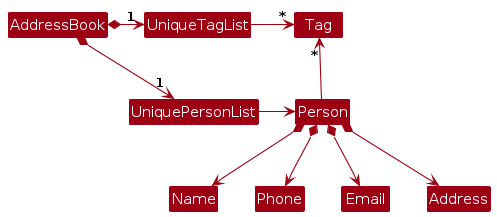
This is diagrams/BetterModelClassDiagram.png from AY2627S1-CS2103T-F12-2/tp, a PlantUML export, as it was before one commit. Its source is kept beside it as diagrams/BetterModelClassDiagram.puml. Its diagram source:
```plantuml
@startuml
!include style.puml
skinparam arrowThickness 1.1
skinparam arrowColor MODEL_COLOR
skinparam classBackgroundColor MODEL_COLOR

AddressBook *-right-> "1" UniquePersonList
AddressBook *-right-> "1" UniqueTagList
UniqueTagList -[hidden]down- UniquePersonList
UniqueTagList -[hidden]down- UniquePersonList

UniqueTagList -right-> "*" Tag
UniquePersonList -right-> Person

Person -up-> "*" Tag

Person *--> Name
Person *--> Phone
Person *--> Email
Person *--> Address
@enduml
```
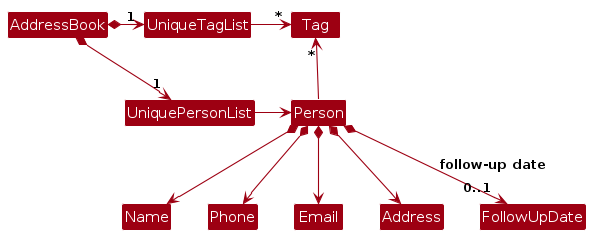
After the commit.

What changed in the source:
```diff
@@ -18,4 +18,7 @@
 Person *--> Phone
 Person *--> Email
 Person *--> Address
+Class FollowUpDate
+
+Person *--> "0..1" FollowUpDate : follow-up date
 @enduml
```
